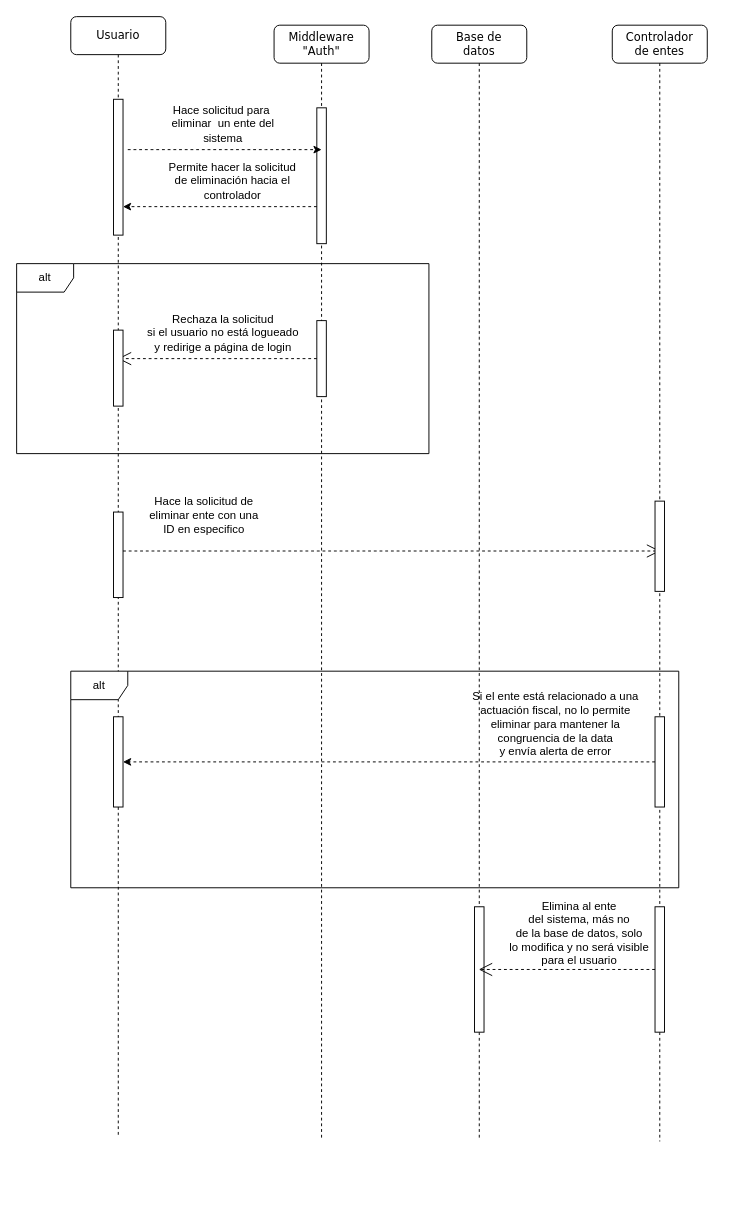
Before: page "Página-4" (4 of 4) of Diagramas secuencia/ secuencia_modulo_entes.drawio in MirroringCode/diagramas-del-csm, a draw.io diagram. Source tidied: cells renumbered, new cells numbered last; positions are measured from the earlier drawing's top-left corner, leaving out a move shared by most shapes. Both pictures are drawn from the tidied source at 95%, with x=0, y=0 at pixel (16, 16).
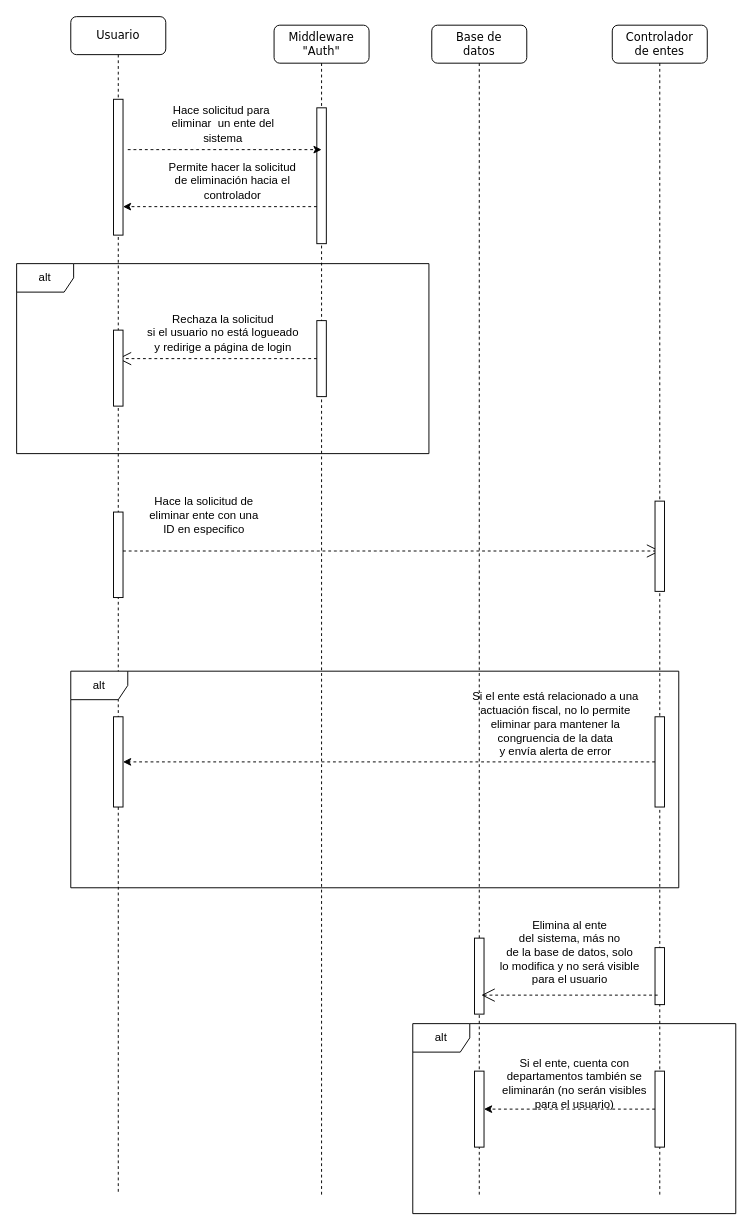
The same diagram, later.

The edit, as a diff of the source:
```diff
@@
     <mxCell id="2" value="Usuario" style="shape=umlLifeline;perimeter=lifelinePerimeter;whiteSpace=wrap;html=1;outlineConnect=0;rounded=1;shadow=0;comic=0;labelBackgroundColor=none;strokeWidth=1;fontFamily=Verdana;fontSize=12;align=center;" parent="1" vertex="1">
-      <mxGeometry x="57" width="100" height="1180" as="geometry" />
+      <mxGeometry x="57" width="100" height="1240" as="geometry" />
     </mxCell>
@@
     <mxCell id="5" value="Middleware&lt;div&gt;&quot;Auth&quot;&lt;/div&gt;" style="shape=umlLifeline;perimeter=lifelinePerimeter;whiteSpace=wrap;html=1;outlineConnect=0;rounded=1;shadow=0;comic=0;labelBackgroundColor=none;strokeWidth=1;fontFamily=Verdana;fontSize=12;align=center;" parent="1" vertex="1">
-      <mxGeometry x="271" y="9" width="100" height="1171" as="geometry" />
+      <mxGeometry x="271" y="9" width="100" height="1231" as="geometry" />
     </mxCell>
@@
     <mxCell id="11" value="Base de&lt;div&gt;datos&lt;/div&gt;" style="shape=umlLifeline;perimeter=lifelinePerimeter;whiteSpace=wrap;html=1;outlineConnect=0;rounded=1;shadow=0;comic=0;labelBackgroundColor=none;strokeWidth=1;fontFamily=Verdana;fontSize=12;align=center;" parent="1" vertex="1">
-      <mxGeometry x="437" y="9" width="100" height="1171" as="geometry" />
+      <mxGeometry x="437" y="9" width="100" height="1231" as="geometry" />
     </mxCell>
@@
     <mxCell id="13" style="html=1;perimeter=orthogonalPerimeter;targetShapes=umlLifeline;newEdgeStyle={&quot;curved&quot;:0,&quot;rounded&quot;:0};" parent="11" vertex="1">
-      <mxGeometry x="45" y="928" width="10" height="132" as="geometry" />
+      <mxGeometry x="45" y="961" width="10" height="80" as="geometry" />
     </mxCell>
+    <mxCell id="33" style="html=1;points=[[0,0,0,0,5],[0,1,0,0,-5],[1,0,0,0,5],[1,1,0,0,-5]];perimeter=orthogonalPerimeter;outlineConnect=0;targetShapes=umlLifeline;portConstraint=eastwest;newEdgeStyle={&quot;curved&quot;:0,&quot;rounded&quot;:0};" parent="11" vertex="1">
+      <mxGeometry x="45" y="1101" width="10" height="80" as="geometry" />
+    </mxCell>
     <mxCell id="14" value="Controlador&lt;div&gt;de entes&lt;/div&gt;" style="shape=umlLifeline;perimeter=lifelinePerimeter;whiteSpace=wrap;html=1;rounded=1;shadow=0;comic=0;labelBackgroundColor=none;strokeWidth=1;fontFamily=Verdana;fontSize=12;align=center;" parent="1" vertex="1">
-      <mxGeometry x="627" y="9" width="100" height="1175" as="geometry" />
+      <mxGeometry x="627" y="9" width="100" height="1231" as="geometry" />
     </mxCell>
@@
     <mxCell id="18" style="html=1;points=[[0,0,0,0,5],[0,1,0,0,-5],[1,0,0,0,5],[1,1,0,0,-5]];perimeter=orthogonalPerimeter;outlineConnect=0;targetShapes=umlLifeline;portConstraint=eastwest;newEdgeStyle={&quot;curved&quot;:0,&quot;rounded&quot;:0};" parent="14" vertex="1">
-      <mxGeometry x="45" y="928" width="10" height="132" as="geometry" />
+      <mxGeometry x="45" y="971" width="10" height="60" as="geometry" />
     </mxCell>
@@
+    <mxCell id="34" style="html=1;points=[[0,0,0,0,5],[0,1,0,0,-5],[1,0,0,0,5],[1,1,0,0,-5]];perimeter=orthogonalPerimeter;outlineConnect=0;targetShapes=umlLifeline;portConstraint=eastwest;newEdgeStyle={&quot;curved&quot;:0,&quot;rounded&quot;:0};" parent="14" vertex="1">
+      <mxGeometry x="45" y="1101" width="10" height="80" as="geometry" />
+    </mxCell>
@@
+    <mxCell id="32" style="endArrow=open;endFill=1;endSize=12;html=1;rounded=0;dashed=1;" parent="1" edge="1">
+      <mxGeometry relative="1" as="geometry">
+        <mxPoint x="674.8" y="1030" as="sourcePoint" />
+        <mxPoint x="489.2" y="1030" as="targetPoint" />
+      </mxGeometry>
+    </mxCell>
     <mxCell id="31" value="Elimina al ente&lt;div&gt;del sistema, más no&lt;/div&gt;&lt;div&gt;de la base de datos, solo&lt;/div&gt;&lt;div&gt;lo modifica y no será visible&lt;/div&gt;&lt;div&gt;para el usuario&lt;/div&gt;" style="text;html=1;align=center;verticalAlign=middle;strokeColor=none;fillColor=none;" parent="1" vertex="1">
-      <mxGeometry x="507" y="920" width="170" height="90" as="geometry" />
+      <mxGeometry x="497" y="940" width="170" height="90" as="geometry" />
     </mxCell>
-    <mxCell id="32" style="endArrow=open;endFill=1;endSize=12;html=1;rounded=0;dashed=1;" parent="1" edge="1" source="18" target="11">
-      <mxGeometry relative="1" as="geometry" />
-    </mxCell>
+    <mxCell id="35" value="alt" style="shape=umlFrame;whiteSpace=wrap;html=1;" parent="1" vertex="1">
+      <mxGeometry x="417" y="1060" width="340" height="200" as="geometry" />
+    </mxCell>
+    <mxCell id="36" style="edgeStyle=orthogonalEdgeStyle;rounded=0;jettySize=auto;html=1;curved=0;dashed=1;" parent="1" edge="1" source="34" target="33">
+      <mxGeometry relative="1" as="geometry" />
+    </mxCell>
+    <mxCell id="37" value="Si el ente, cuenta con&lt;div&gt;departamentos también se&lt;/div&gt;&lt;div&gt;eliminarán (no serán visibles&lt;/div&gt;&lt;div&gt;para el usuario)&lt;/div&gt;" style="text;html=1;align=center;verticalAlign=middle;strokeColor=none;fillColor=none;" parent="1" vertex="1">
+      <mxGeometry x="497" y="1088" width="180" height="70" as="geometry" />
+    </mxCell>
```
